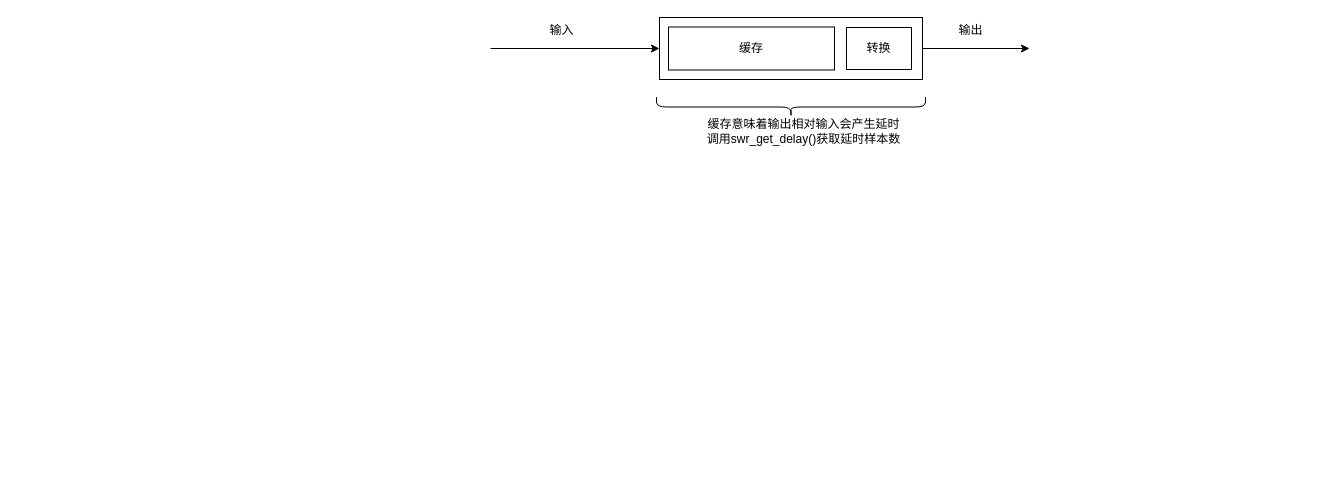
This is 100.drawio from swduan/88888888, a draw.io file, before an edit. Source tidied: cells renumbered, new cells numbered last; positions are measured from the earlier drawing's top-left corner, leaving out a move shared by most shapes. Both pictures are drawn from the tidied source at 100%, with x=0, y=0 at pixel (490, -28).
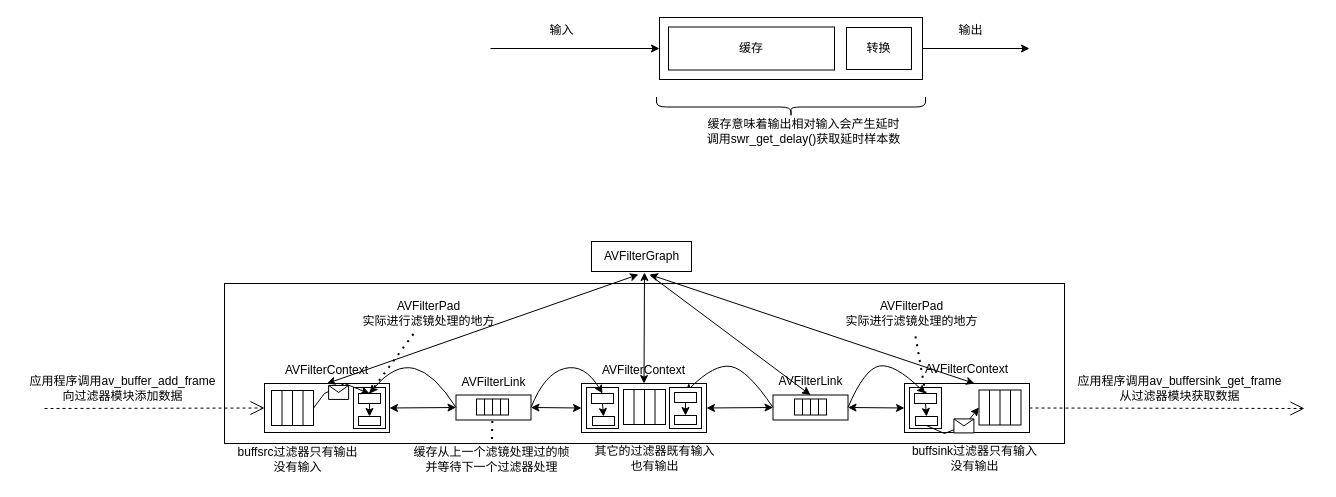
The same diagram, later.

The edit, as a diff of the source:
```diff
@@
+    <mxCell id="11" style="rounded=0;whiteSpace=wrap;html=1;" parent="1" vertex="1">
+      <mxGeometry x="-266" y="311" width="840" height="160" as="geometry" />
+    </mxCell>
@@
+    <mxCell id="12" style="rounded=0;whiteSpace=wrap;html=1;" parent="1" vertex="1">
+      <mxGeometry x="-226" y="411" width="125" height="49" as="geometry" />
+    </mxCell>
+    <mxCell id="13" style="rounded=0;whiteSpace=wrap;html=1;" parent="1" vertex="1">
+      <mxGeometry x="-219" y="418" width="42" height="35" as="geometry" />
+    </mxCell>
+    <mxCell id="14" style="endArrow=none;html=1;rounded=0;entryX=0.5;entryY=0;entryDx=0;entryDy=0;exitX=0.5;exitY=1;exitDx=0;exitDy=0;" parent="1" edge="1" source="13" target="13">
+      <mxGeometry relative="1" as="geometry" />
+    </mxCell>
+    <mxCell id="15" style="endArrow=none;html=1;rounded=0;entryX=0.75;entryY=0;entryDx=0;entryDy=0;exitX=0.75;exitY=1;exitDx=0;exitDy=0;" parent="1" edge="1" source="13" target="13">
+      <mxGeometry relative="1" as="geometry" />
+    </mxCell>
+    <mxCell id="16" style="endArrow=none;html=1;rounded=0;entryX=0.25;entryY=0;entryDx=0;entryDy=0;exitX=0.25;exitY=1;exitDx=0;exitDy=0;" parent="1" edge="1" source="13" target="13">
+      <mxGeometry relative="1" as="geometry" />
+    </mxCell>
+    <mxCell id="17" style="rounded=0;whiteSpace=wrap;html=1;" parent="1" vertex="1">
+      <mxGeometry x="-137" y="415" width="32" height="41" as="geometry" />
+    </mxCell>
+    <mxCell id="18" style="rounded=0;whiteSpace=wrap;html=1;" parent="1" vertex="1">
+      <mxGeometry x="-132" y="421" width="22" height="10" as="geometry" />
+    </mxCell>
+    <mxCell id="19" style="rounded=0;whiteSpace=wrap;html=1;" parent="1" vertex="1">
+      <mxGeometry x="-132" y="444" width="22" height="9" as="geometry" />
+    </mxCell>
+    <mxCell id="20" style="endArrow=classic;html=1;rounded=0;exitX=0.5;exitY=1;exitDx=0;exitDy=0;entryX=0.5;entryY=0;entryDx=0;entryDy=0;" parent="1" edge="1" source="18" target="19">
+      <mxGeometry relative="1" as="geometry" />
+    </mxCell>
+    <mxCell id="21" style="endArrow=classic;startArrow=classic;html=1;rounded=0;exitX=1;exitY=0.5;exitDx=0;exitDy=0;entryX=0;entryY=0.5;entryDx=0;entryDy=0;" parent="1" edge="1" source="12" target="22">
+      <mxGeometry relative="1" as="geometry" />
+    </mxCell>
+    <mxCell id="22" style="rounded=0;whiteSpace=wrap;html=1;" parent="1" vertex="1">
+      <mxGeometry x="-34.5" y="422.5" width="75" height="25" as="geometry" />
+    </mxCell>
+    <mxCell id="23" style="rounded=0;whiteSpace=wrap;html=1;" parent="1" vertex="1">
+      <mxGeometry x="-14" y="426.5" width="32" height="16" as="geometry" />
+    </mxCell>
+    <mxCell id="24" style="endArrow=none;html=1;rounded=0;entryX=0.75;entryY=0;entryDx=0;entryDy=0;exitX=0.75;exitY=1;exitDx=0;exitDy=0;" parent="1" edge="1" source="23" target="23">
+      <mxGeometry relative="1" as="geometry" />
+    </mxCell>
+    <mxCell id="25" style="endArrow=none;html=1;rounded=0;entryX=0.5;entryY=0;entryDx=0;entryDy=0;exitX=0.5;exitY=1;exitDx=0;exitDy=0;" parent="1" edge="1" source="23" target="23">
+      <mxGeometry relative="1" as="geometry" />
+    </mxCell>
+    <mxCell id="26" style="endArrow=none;html=1;rounded=0;entryX=0.25;entryY=0;entryDx=0;entryDy=0;exitX=0.25;exitY=1;exitDx=0;exitDy=0;" parent="1" edge="1" source="23" target="23">
+      <mxGeometry relative="1" as="geometry" />
+    </mxCell>
+    <mxCell id="27" value="AVFilterLink" style="text;html=1;align=center;verticalAlign=middle;strokeColor=none;fillColor=none;" parent="1" vertex="1">
+      <mxGeometry x="-38" y="396.5" width="82" height="26" as="geometry" />
+    </mxCell>
+    <mxCell id="28" style="rounded=0;whiteSpace=wrap;html=1;" parent="1" vertex="1">
+      <mxGeometry x="91" y="411" width="125" height="49" as="geometry" />
+    </mxCell>
+    <mxCell id="29" value="AVFilterContext" style="text;html=1;align=center;verticalAlign=middle;strokeColor=none;fillColor=none;" parent="1" vertex="1">
+      <mxGeometry x="102" y="385" width="101" height="26" as="geometry" />
+    </mxCell>
+    <mxCell id="30" style="rounded=0;whiteSpace=wrap;html=1;" parent="1" vertex="1">
+      <mxGeometry x="133" y="417" width="42" height="35" as="geometry" />
+    </mxCell>
+    <mxCell id="31" style="endArrow=none;html=1;rounded=0;entryX=0.5;entryY=0;entryDx=0;entryDy=0;exitX=0.5;exitY=1;exitDx=0;exitDy=0;" parent="1" edge="1" source="30" target="30">
+      <mxGeometry relative="1" as="geometry" />
+    </mxCell>
+    <mxCell id="32" style="endArrow=none;html=1;rounded=0;entryX=0.75;entryY=0;entryDx=0;entryDy=0;exitX=0.75;exitY=1;exitDx=0;exitDy=0;" parent="1" edge="1" source="30" target="30">
+      <mxGeometry relative="1" as="geometry" />
+    </mxCell>
+    <mxCell id="33" style="endArrow=none;html=1;rounded=0;entryX=0.25;entryY=0;entryDx=0;entryDy=0;exitX=0.25;exitY=1;exitDx=0;exitDy=0;" parent="1" edge="1" source="30" target="30">
+      <mxGeometry relative="1" as="geometry" />
+    </mxCell>
+    <mxCell id="34" style="rounded=0;whiteSpace=wrap;html=1;" parent="1" vertex="1">
+      <mxGeometry x="96" y="415" width="32" height="41" as="geometry" />
+    </mxCell>
+    <mxCell id="35" style="rounded=0;whiteSpace=wrap;html=1;" parent="1" vertex="1">
+      <mxGeometry x="101" y="421" width="22" height="10" as="geometry" />
+    </mxCell>
+    <mxCell id="36" style="rounded=0;whiteSpace=wrap;html=1;" parent="1" vertex="1">
+      <mxGeometry x="102" y="444" width="22" height="9" as="geometry" />
+    </mxCell>
+    <mxCell id="37" style="endArrow=classic;html=1;rounded=0;entryX=0.5;entryY=0;entryDx=0;entryDy=0;exitX=0.5;exitY=1;exitDx=0;exitDy=0;" parent="1" edge="1" source="35" target="36">
+      <mxGeometry relative="1" as="geometry" />
+    </mxCell>
+    <mxCell id="38" style="endArrow=classic;startArrow=classic;html=1;rounded=0;entryX=0;entryY=0.5;entryDx=0;entryDy=0;exitX=1;exitY=0.5;exitDx=0;exitDy=0;" parent="1" edge="1" source="22" target="28">
+      <mxGeometry relative="1" as="geometry" />
+    </mxCell>
+    <mxCell id="39" value="AVFilterPad&lt;br style=&quot;border-color: var(--border-color);&quot;&gt;实际进行滤镜处理的地方" style="text;html=1;align=center;verticalAlign=middle;points=[];strokeColor=none;fillColor=none;" parent="1" vertex="1">
+      <mxGeometry x="-142" y="321" width="160" height="40" as="geometry" />
+    </mxCell>
+    <mxCell id="40" style="rounded=0;whiteSpace=wrap;html=1;" parent="1" vertex="1">
+      <mxGeometry x="282.5" y="422.5" width="75" height="25" as="geometry" />
+    </mxCell>
+    <mxCell id="41" style="rounded=0;whiteSpace=wrap;html=1;" parent="1" vertex="1">
+      <mxGeometry x="304" y="426.5" width="32" height="16" as="geometry" />
+    </mxCell>
+    <mxCell id="42" style="endArrow=none;html=1;rounded=0;entryX=0.75;entryY=0;entryDx=0;entryDy=0;exitX=0.75;exitY=1;exitDx=0;exitDy=0;" parent="1" edge="1" source="41" target="41">
+      <mxGeometry relative="1" as="geometry" />
+    </mxCell>
+    <mxCell id="43" style="endArrow=none;html=1;rounded=0;entryX=0.5;entryY=0;entryDx=0;entryDy=0;exitX=0.5;exitY=1;exitDx=0;exitDy=0;" parent="1" edge="1" source="41" target="41">
+      <mxGeometry relative="1" as="geometry" />
+    </mxCell>
+    <mxCell id="44" style="endArrow=none;html=1;rounded=0;entryX=0.25;entryY=0;entryDx=0;entryDy=0;exitX=0.25;exitY=1;exitDx=0;exitDy=0;" parent="1" edge="1" source="41" target="41">
+      <mxGeometry relative="1" as="geometry" />
+    </mxCell>
+    <mxCell id="45" value="AVFilterLink" style="text;html=1;align=center;verticalAlign=middle;strokeColor=none;fillColor=none;" parent="1" vertex="1">
+      <mxGeometry x="279" y="395.5" width="82" height="26" as="geometry" />
+    </mxCell>
+    <mxCell id="46" style="endArrow=classic;startArrow=classic;html=1;rounded=0;entryX=0;entryY=0.5;entryDx=0;entryDy=0;exitX=1;exitY=0.5;exitDx=0;exitDy=0;" parent="1" edge="1" source="40" target="48">
+      <mxGeometry relative="1" as="geometry" />
+    </mxCell>
+    <mxCell id="47" style="endArrow=classic;startArrow=classic;html=1;rounded=0;exitX=1;exitY=0.5;exitDx=0;exitDy=0;entryX=0;entryY=0.5;entryDx=0;entryDy=0;" parent="1" edge="1" source="28" target="40">
+      <mxGeometry relative="1" as="geometry" />
+    </mxCell>
+    <mxCell id="48" style="rounded=0;whiteSpace=wrap;html=1;" parent="1" vertex="1">
+      <mxGeometry x="414" y="411" width="125" height="49" as="geometry" />
+    </mxCell>
+    <mxCell id="49" style="rounded=0;whiteSpace=wrap;html=1;" parent="1" vertex="1">
+      <mxGeometry x="488.5" y="417.5" width="42" height="35" as="geometry" />
+    </mxCell>
+    <mxCell id="50" style="endArrow=none;html=1;rounded=0;entryX=0.5;entryY=0;entryDx=0;entryDy=0;exitX=0.5;exitY=1;exitDx=0;exitDy=0;" parent="1" edge="1" source="49" target="49">
+      <mxGeometry relative="1" as="geometry" />
+    </mxCell>
+    <mxCell id="51" style="endArrow=none;html=1;rounded=0;entryX=0.75;entryY=0;entryDx=0;entryDy=0;exitX=0.75;exitY=1;exitDx=0;exitDy=0;" parent="1" edge="1" source="49" target="49">
+      <mxGeometry relative="1" as="geometry" />
+    </mxCell>
+    <mxCell id="52" style="endArrow=none;html=1;rounded=0;entryX=0.25;entryY=0;entryDx=0;entryDy=0;exitX=0.25;exitY=1;exitDx=0;exitDy=0;" parent="1" edge="1" source="49" target="49">
+      <mxGeometry relative="1" as="geometry" />
+    </mxCell>
+    <mxCell id="53" style="rounded=0;whiteSpace=wrap;html=1;" parent="1" vertex="1">
+      <mxGeometry x="419" y="415" width="32" height="41" as="geometry" />
+    </mxCell>
+    <mxCell id="54" style="rounded=0;whiteSpace=wrap;html=1;" parent="1" vertex="1">
+      <mxGeometry x="424" y="421" width="22" height="10" as="geometry" />
+    </mxCell>
+    <mxCell id="55" style="rounded=0;whiteSpace=wrap;html=1;" parent="1" vertex="1">
+      <mxGeometry x="425" y="444" width="22" height="9" as="geometry" />
+    </mxCell>
+    <mxCell id="56" style="endArrow=classic;html=1;rounded=0;entryX=0.5;entryY=0;entryDx=0;entryDy=0;exitX=0.5;exitY=1;exitDx=0;exitDy=0;" parent="1" edge="1" source="54" target="55">
+      <mxGeometry relative="1" as="geometry" />
+    </mxCell>
+    <mxCell id="57" value="AVFilterPad&lt;br&gt;实际进行滤镜处理的地方" style="text;html=1;align=center;verticalAlign=middle;points=[];strokeColor=none;fillColor=none;" parent="1" vertex="1">
+      <mxGeometry x="341" y="321" width="160" height="40" as="geometry" />
+    </mxCell>
+    <mxCell id="58" value="缓存从上一个滤镜处理过的帧&lt;br&gt;并等待下一个过滤器处理" style="text;html=1;align=center;verticalAlign=middle;points=[];strokeColor=none;fillColor=none;" parent="1" vertex="1">
+      <mxGeometry x="-89" y="466.5" width="180" height="40" as="geometry" />
+    </mxCell>
+    <mxCell id="59" style="curved=1;endArrow=classic;html=1;rounded=0;exitX=0;exitY=0.5;exitDx=0;exitDy=0;entryX=0.5;entryY=0;entryDx=0;entryDy=0;entryPerimeter=0;" parent="1" edge="1" source="22" target="18">
+      <mxGeometry relative="1" as="geometry">
+        <Array as="points">
+          <mxPoint x="-56" y="401" />
+          <mxPoint x="-96" y="391" />
+        </Array>
+      </mxGeometry>
+    </mxCell>
+    <mxCell id="60" style="curved=1;endArrow=classic;html=1;rounded=0;exitX=1;exitY=0.5;exitDx=0;exitDy=0;entryX=0.5;entryY=0;entryDx=0;entryDy=0;" parent="1" edge="1" source="22" target="35">
+      <mxGeometry relative="1" as="geometry">
+        <Array as="points">
+          <mxPoint x="54" y="401" />
+          <mxPoint x="94" y="391" />
+        </Array>
+      </mxGeometry>
+    </mxCell>
+    <mxCell id="61" style="curved=1;endArrow=classic;html=1;rounded=0;exitX=0;exitY=0.5;exitDx=0;exitDy=0;entryX=0.5;entryY=0;entryDx=0;entryDy=0;" parent="1" edge="1" source="40" target="63">
+      <mxGeometry relative="1" as="geometry">
+        <Array as="points">
+          <mxPoint x="257" y="397" />
+          <mxPoint x="224" y="391" />
+        </Array>
+      </mxGeometry>
+    </mxCell>
+    <mxCell id="62" style="rounded=0;whiteSpace=wrap;html=1;" parent="1" vertex="1">
+      <mxGeometry x="179" y="415" width="32" height="41" as="geometry" />
+    </mxCell>
+    <mxCell id="63" style="rounded=0;whiteSpace=wrap;html=1;" parent="1" vertex="1">
+      <mxGeometry x="184" y="420" width="22" height="10" as="geometry" />
+    </mxCell>
+    <mxCell id="64" style="rounded=0;whiteSpace=wrap;html=1;" parent="1" vertex="1">
+      <mxGeometry x="184" y="443" width="22" height="9" as="geometry" />
+    </mxCell>
+    <mxCell id="65" style="endArrow=classic;html=1;rounded=0;entryX=0.5;entryY=0;entryDx=0;entryDy=0;exitX=0.5;exitY=1;exitDx=0;exitDy=0;" parent="1" edge="1" source="63" target="64">
+      <mxGeometry relative="1" as="geometry" />
+    </mxCell>
+    <mxCell id="66" style="curved=1;endArrow=classic;html=1;rounded=0;exitX=1;exitY=0.5;exitDx=0;exitDy=0;entryX=0.5;entryY=0;entryDx=0;entryDy=0;" parent="1" edge="1" source="40" target="54">
+      <mxGeometry relative="1" as="geometry">
+        <Array as="points">
+          <mxPoint x="374" y="396" />
+          <mxPoint x="404" y="391" />
+        </Array>
+      </mxGeometry>
+    </mxCell>
+    <mxCell id="67" value="AVFilterGraph" style="text;html=1;align=center;verticalAlign=middle;points=[];strokeColor=default;fillColor=none;" parent="1" vertex="1">
+      <mxGeometry x="101" y="269" width="100" height="30" as="geometry" />
+    </mxCell>
+    <mxCell id="68" style="endArrow=open;endSize=12;dashed=1;html=1;rounded=0;exitX=1;exitY=0.5;exitDx=0;exitDy=0;" parent="1" edge="1" source="48">
+      <mxGeometry relative="1" as="geometry">
+        <mxPoint x="814" y="436" as="targetPoint" />
+      </mxGeometry>
+    </mxCell>
+    <mxCell id="69" style="endArrow=open;endSize=12;dashed=1;html=1;rounded=0;entryX=0;entryY=0.5;entryDx=0;entryDy=0;" parent="1" edge="1" target="12">
+      <mxGeometry relative="1" as="geometry">
+        <mxPoint x="-446" y="436" as="sourcePoint" />
+      </mxGeometry>
+    </mxCell>
+    <mxCell id="70" value="应用程序调用av_buffer_add_frame&lt;br&gt;向过滤器模块添加数据" style="text;html=1;align=center;verticalAlign=middle;strokeColor=none;fillColor=none;" parent="1" vertex="1">
+      <mxGeometry x="-473" y="395.5" width="210" height="40" as="geometry" />
+    </mxCell>
+    <mxCell id="71" value="应用程序调用av_buffersink_get_frame&lt;br&gt;从过滤器模块获取数据" style="text;html=1;align=center;verticalAlign=middle;strokeColor=none;fillColor=none;" parent="1" vertex="1">
+      <mxGeometry x="574" y="395.5" width="230" height="40" as="geometry" />
+    </mxCell>
+    <mxCell id="72" style="endArrow=classic;startArrow=classic;html=1;rounded=0;entryX=0.47;entryY=1.1;entryDx=0;entryDy=0;entryPerimeter=0;exitX=0.5;exitY=0;exitDx=0;exitDy=0;" parent="1" edge="1" source="12" target="67">
+      <mxGeometry relative="1" as="geometry" />
+    </mxCell>
+    <mxCell id="73" style="endArrow=classic;startArrow=classic;html=1;rounded=0;exitX=0.5;exitY=0;exitDx=0;exitDy=0;entryX=0.53;entryY=1.033;entryDx=0;entryDy=0;entryPerimeter=0;" parent="1" edge="1" source="28" target="67">
+      <mxGeometry relative="1" as="geometry" />
+    </mxCell>
+    <mxCell id="74" style="endArrow=classic;startArrow=classic;html=1;rounded=0;entryX=0.56;entryY=0;entryDx=0;entryDy=0;exitX=0.58;exitY=1.1;exitDx=0;exitDy=0;exitPerimeter=0;entryPerimeter=0;" parent="1" edge="1" source="67" target="48">
+      <mxGeometry relative="1" as="geometry" />
+    </mxCell>
+    <mxCell id="75" value="buffsrc过滤器只有输出&lt;br&gt;没有输入" style="text;html=1;align=center;verticalAlign=middle;strokeColor=none;fillColor=none;" parent="1" vertex="1">
+      <mxGeometry x="-263" y="467" width="140" height="40" as="geometry" />
+    </mxCell>
+    <mxCell id="76" value="buffsink过滤器只有输入&lt;br&gt;没有输出" style="text;html=1;align=center;verticalAlign=middle;strokeColor=none;fillColor=none;" parent="1" vertex="1">
+      <mxGeometry x="409" y="466" width="150" height="40" as="geometry" />
+    </mxCell>
+    <mxCell id="77" value="其它的过滤器既有输入&lt;br&gt;也有输出" style="text;html=1;align=center;verticalAlign=middle;strokeColor=none;fillColor=none;" parent="1" vertex="1">
+      <mxGeometry x="94" y="466" width="140" height="40" as="geometry" />
+    </mxCell>
+    <mxCell id="78" style="endArrow=classic;html=1;rounded=0;exitX=0.59;exitY=1.133;exitDx=0;exitDy=0;exitPerimeter=0;entryX=0.5;entryY=0;entryDx=0;entryDy=0;" parent="1" edge="1" source="67" target="40">
+      <mxGeometry relative="1" as="geometry" />
+    </mxCell>
+    <mxCell id="79" style="endArrow=classic;html=1;rounded=0;exitX=1;exitY=0.5;exitDx=0;exitDy=0;entryX=0.5;entryY=0;entryDx=0;entryDy=0;" parent="1" edge="1" source="13" target="18">
+      <mxGeometry relative="1" as="geometry">
+        <Array as="points">
+          <mxPoint x="-166" y="421" />
+          <mxPoint x="-146" y="411" />
+        </Array>
+      </mxGeometry>
+    </mxCell>
+    <mxCell id="80" style="shape=message;html=1;" parent="79" vertex="1">
+      <mxGeometry width="20" height="14" relative="1" as="geometry">
+        <mxPoint x="-10" y="-1" as="offset" />
+      </mxGeometry>
+    </mxCell>
+    <mxCell id="81" style="endArrow=classic;html=1;rounded=0;exitX=0.5;exitY=1;exitDx=0;exitDy=0;entryX=0;entryY=0.5;entryDx=0;entryDy=0;" parent="1" edge="1" source="55" target="49">
+      <mxGeometry relative="1" as="geometry">
+        <Array as="points">
+          <mxPoint x="454" y="461" />
+          <mxPoint x="474" y="453" />
+        </Array>
+      </mxGeometry>
+    </mxCell>
+    <mxCell id="82" style="shape=message;html=1;" parent="81" vertex="1">
+      <mxGeometry width="20" height="14" relative="1" as="geometry">
+        <mxPoint x="-2" y="-10" as="offset" />
+      </mxGeometry>
+    </mxCell>
+    <mxCell id="83" style="endArrow=none;dashed=1;html=1;dashPattern=1 3;strokeWidth=2;rounded=0;exitX=0.5;exitY=0;exitDx=0;exitDy=0;" parent="1" edge="1" source="18" target="39">
+      <mxGeometry relative="1" as="geometry" />
+    </mxCell>
+    <mxCell id="84" style="endArrow=none;dashed=1;html=1;dashPattern=1 3;strokeWidth=2;rounded=0;exitX=0.5;exitY=0;exitDx=0;exitDy=0;" parent="1" edge="1" source="54" target="57">
+      <mxGeometry relative="1" as="geometry" />
+    </mxCell>
+    <mxCell id="85" value="AVFilterContext" style="text;html=1;align=center;verticalAlign=middle;strokeColor=none;fillColor=none;" parent="1" vertex="1">
+      <mxGeometry x="-215" y="385" width="101" height="26" as="geometry" />
+    </mxCell>
+    <mxCell id="86" value="AVFilterContext" style="text;html=1;align=center;verticalAlign=middle;strokeColor=none;fillColor=none;" parent="1" vertex="1">
+      <mxGeometry x="425" y="384" width="101" height="26" as="geometry" />
+    </mxCell>
+    <mxCell id="87" style="endArrow=none;dashed=1;html=1;dashPattern=1 3;strokeWidth=2;rounded=0;entryX=0.5;entryY=1;entryDx=0;entryDy=0;" parent="1" edge="1" source="58" target="23">
+      <mxGeometry relative="1" as="geometry" />
+    </mxCell>
```
